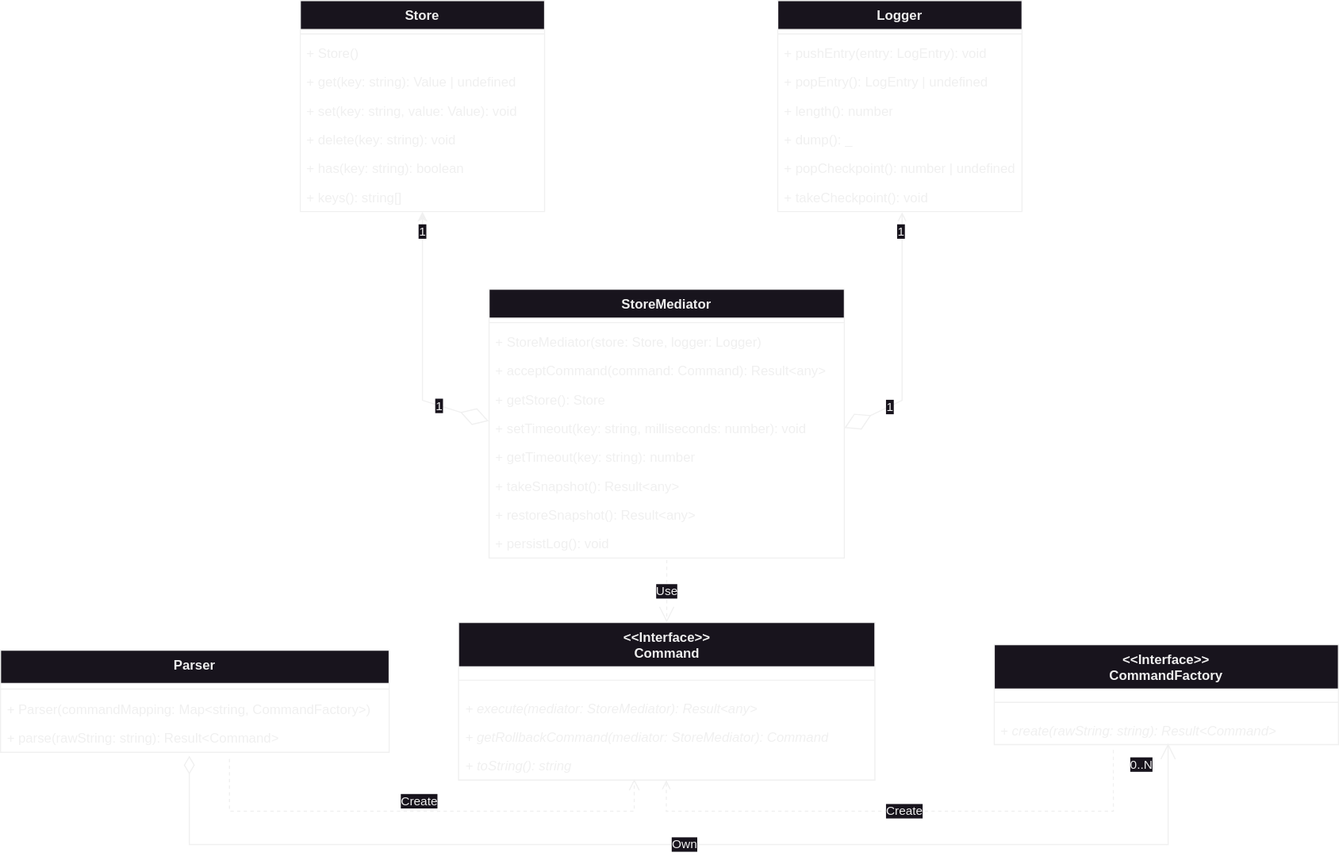
The draw.io diagram docs/class_diagram.svg in Huy-DNA/light-weight-redis, before a commit. Source tidied: cells renumbered, new cells last; positions are measured from the earlier drawing's top-left corner, leaving out a move shared by most shapes. Its diagram source:
```xml
<mxGraphModel>
  <root>
    <mxCell id="0" />
    <mxCell id="1" parent="0" />
    <mxCell id="2" value="Store" style="swimlane;fontStyle=1;align=center;verticalAlign=top;horizontal=1;startSize=26;whiteSpace=wrap;html=1;" parent="1" vertex="1">
      <mxGeometry x="270" width="220" height="190" as="geometry" />
    </mxCell>
    <mxCell id="3" style="line;strokeWidth=1;fillColor=none;align=left;verticalAlign=middle;spacingTop=-1;spacingLeft=3;spacingRight=3;labelPosition=right;strokeColor=inherit;" parent="2" vertex="1">
      <mxGeometry y="26" width="220" height="8" as="geometry" />
    </mxCell>
    <mxCell id="4" value="+ Store()" style="text;strokeColor=none;fillColor=none;align=left;verticalAlign=top;spacingLeft=4;spacingRight=4;overflow=hidden;whiteSpace=wrap;html=1;" parent="2" vertex="1">
      <mxGeometry y="34" width="220" height="26" as="geometry" />
    </mxCell>
    <mxCell id="5" value="+ get(key: string): Value | undefined" style="text;strokeColor=none;fillColor=none;align=left;verticalAlign=top;spacingLeft=4;spacingRight=4;overflow=hidden;whiteSpace=wrap;html=1;" parent="2" vertex="1">
      <mxGeometry y="60" width="220" height="26" as="geometry" />
    </mxCell>
    <mxCell id="6" value="+ set(key: string, value: Value): void" style="text;strokeColor=none;fillColor=none;align=left;verticalAlign=top;spacingLeft=4;spacingRight=4;overflow=hidden;whiteSpace=wrap;html=1;" parent="2" vertex="1">
      <mxGeometry y="86" width="220" height="26" as="geometry" />
    </mxCell>
    <mxCell id="7" value="+ delete(key: string): void" style="text;strokeColor=none;fillColor=none;align=left;verticalAlign=top;spacingLeft=4;spacingRight=4;overflow=hidden;whiteSpace=wrap;html=1;" parent="2" vertex="1">
      <mxGeometry y="112" width="220" height="26" as="geometry" />
    </mxCell>
    <mxCell id="8" value="+ has(key: string): boolean" style="text;strokeColor=none;fillColor=none;align=left;verticalAlign=top;spacingLeft=4;spacingRight=4;overflow=hidden;whiteSpace=wrap;html=1;" parent="2" vertex="1">
      <mxGeometry y="138" width="220" height="26" as="geometry" />
    </mxCell>
    <mxCell id="9" value="+ keys(): string[]" style="text;strokeColor=none;fillColor=none;align=left;verticalAlign=top;spacingLeft=4;spacingRight=4;overflow=hidden;points=[[0,0.5],[1,0.5]];portConstraint=eastwest;whiteSpace=wrap;html=1;" parent="2" vertex="1">
      <mxGeometry y="164" width="220" height="26" as="geometry" />
    </mxCell>
    <mxCell id="10" value="StoreMediator" style="swimlane;fontStyle=1;align=center;verticalAlign=top;horizontal=1;startSize=26;whiteSpace=wrap;html=1;" parent="1" vertex="1">
      <mxGeometry x="440" y="260" width="320" height="242" as="geometry" />
    </mxCell>
    <mxCell id="11" style="line;strokeWidth=1;fillColor=none;align=left;verticalAlign=middle;spacingTop=-1;spacingLeft=3;spacingRight=3;labelPosition=right;strokeColor=inherit;" parent="10" vertex="1">
      <mxGeometry y="26" width="320" height="8" as="geometry" />
    </mxCell>
    <mxCell id="12" value="+ StoreMediator(store: Store, logger: Logger)" style="text;strokeColor=none;fillColor=none;align=left;verticalAlign=top;spacingLeft=4;spacingRight=4;overflow=hidden;whiteSpace=wrap;html=1;" parent="10" vertex="1">
      <mxGeometry y="34" width="320" height="26" as="geometry" />
    </mxCell>
    <mxCell id="13" value="+ acceptCommand(command: Command): Result&amp;lt;any&amp;gt;" style="text;strokeColor=none;fillColor=none;align=left;verticalAlign=top;spacingLeft=4;spacingRight=4;overflow=hidden;whiteSpace=wrap;html=1;" parent="10" vertex="1">
      <mxGeometry y="60" width="320" height="26" as="geometry" />
    </mxCell>
    <mxCell id="14" value="+ getStore(): Store" style="text;strokeColor=none;fillColor=none;align=left;verticalAlign=top;spacingLeft=4;spacingRight=4;overflow=hidden;whiteSpace=wrap;html=1;" parent="10" vertex="1">
      <mxGeometry y="86" width="320" height="26" as="geometry" />
    </mxCell>
    <mxCell id="15" value="+ setTimeout(key: string, milliseconds: number): void" style="text;strokeColor=none;fillColor=none;align=left;verticalAlign=top;spacingLeft=4;spacingRight=4;overflow=hidden;points=[[0,0.5],[1,0.5]];portConstraint=eastwest;whiteSpace=wrap;html=1;" parent="10" vertex="1">
      <mxGeometry y="112" width="320" height="26" as="geometry" />
    </mxCell>
    <mxCell id="16" value="+ getTimeout(key: string): number" style="text;strokeColor=none;fillColor=none;align=left;verticalAlign=top;spacingLeft=4;spacingRight=4;overflow=hidden;whiteSpace=wrap;html=1;" parent="10" vertex="1">
      <mxGeometry y="138" width="320" height="26" as="geometry" />
    </mxCell>
    <mxCell id="17" value="+ takeSnapshot(): Result&amp;lt;any&amp;gt;" style="text;strokeColor=none;fillColor=none;align=left;verticalAlign=top;spacingLeft=4;spacingRight=4;overflow=hidden;whiteSpace=wrap;html=1;" parent="10" vertex="1">
      <mxGeometry y="164" width="320" height="26" as="geometry" />
    </mxCell>
    <mxCell id="18" value="+ restoreSnapshot(): Result&amp;lt;any&amp;gt;" style="text;strokeColor=none;fillColor=none;align=left;verticalAlign=top;spacingLeft=4;spacingRight=4;overflow=hidden;whiteSpace=wrap;html=1;" parent="10" vertex="1">
      <mxGeometry y="190" width="320" height="26" as="geometry" />
    </mxCell>
    <mxCell id="19" value="+ persistLog(): void" style="text;strokeColor=none;fillColor=none;align=left;verticalAlign=top;spacingLeft=4;spacingRight=4;overflow=hidden;points=[[0,0.5],[1,0.5]];portConstraint=eastwest;whiteSpace=wrap;html=1;" parent="10" vertex="1">
      <mxGeometry y="216" width="320" height="26" as="geometry" />
    </mxCell>
    <mxCell id="20" value="Logger" style="swimlane;fontStyle=1;align=center;verticalAlign=top;horizontal=1;startSize=26;whiteSpace=wrap;html=1;" parent="1" vertex="1">
      <mxGeometry x="700" width="220" height="190" as="geometry" />
    </mxCell>
    <mxCell id="21" style="line;strokeWidth=1;fillColor=none;align=left;verticalAlign=middle;spacingTop=-1;spacingLeft=3;spacingRight=3;labelPosition=right;strokeColor=inherit;" parent="20" vertex="1">
      <mxGeometry y="26" width="220" height="8" as="geometry" />
    </mxCell>
    <mxCell id="22" value="+ pushEntry(entry: LogEntry): void" style="text;strokeColor=none;fillColor=none;align=left;verticalAlign=top;spacingLeft=4;spacingRight=4;overflow=hidden;whiteSpace=wrap;html=1;" parent="20" vertex="1">
      <mxGeometry y="34" width="220" height="26" as="geometry" />
    </mxCell>
    <mxCell id="23" value="+ popEntry(): LogEntry | undefined" style="text;strokeColor=none;fillColor=none;align=left;verticalAlign=top;spacingLeft=4;spacingRight=4;overflow=hidden;whiteSpace=wrap;html=1;" parent="20" vertex="1">
      <mxGeometry y="60" width="220" height="26" as="geometry" />
    </mxCell>
    <mxCell id="24" value="+ length(): number" style="text;strokeColor=none;fillColor=none;align=left;verticalAlign=top;spacingLeft=4;spacingRight=4;overflow=hidden;whiteSpace=wrap;html=1;" parent="20" vertex="1">
      <mxGeometry y="86" width="220" height="26" as="geometry" />
    </mxCell>
    <mxCell id="25" value="+ dump(): _" style="text;strokeColor=none;fillColor=none;align=left;verticalAlign=top;spacingLeft=4;spacingRight=4;overflow=hidden;whiteSpace=wrap;html=1;" parent="20" vertex="1">
      <mxGeometry y="112" width="220" height="26" as="geometry" />
    </mxCell>
    <mxCell id="26" value="+ popCheckpoint(): number | undefined" style="text;strokeColor=none;fillColor=none;align=left;verticalAlign=top;spacingLeft=4;spacingRight=4;overflow=hidden;whiteSpace=wrap;html=1;" parent="20" vertex="1">
      <mxGeometry y="138" width="220" height="26" as="geometry" />
    </mxCell>
    <mxCell id="27" value="+ takeCheckpoint(): void" style="text;strokeColor=none;fillColor=none;align=left;verticalAlign=top;spacingLeft=4;spacingRight=4;overflow=hidden;points=[[0,0.5],[1,0.5]];portConstraint=eastwest;whiteSpace=wrap;html=1;" parent="20" vertex="1">
      <mxGeometry y="164" width="220" height="26" as="geometry" />
    </mxCell>
    <mxCell id="28" style="endArrow=diamondThin;endFill=0;endSize=24;html=1;rounded=0;entryX=-0.001;entryY=0.254;entryDx=0;entryDy=0;entryPerimeter=0;startArrow=classic;startFill=1;" parent="1" edge="1" source="9" target="15">
      <mxGeometry relative="1" as="geometry">
        <Array as="points">
          <mxPoint x="380" y="360" />
        </Array>
      </mxGeometry>
    </mxCell>
    <mxCell id="29" value="1" style="edgeLabel;html=1;align=center;verticalAlign=middle;" parent="28" vertex="1">
      <mxGeometry x="-0.85" relative="1" as="geometry" />
    </mxCell>
    <mxCell id="30" value="1" style="edgeLabel;html=1;align=center;verticalAlign=middle;" parent="28" vertex="1">
      <mxGeometry x="0.6" y="-1" relative="1" as="geometry">
        <mxPoint y="-1" as="offset" />
      </mxGeometry>
    </mxCell>
    <mxCell id="31" style="endArrow=diamondThin;endFill=0;endSize=24;html=1;rounded=0;entryX=1;entryY=0.5;entryDx=0;entryDy=0;exitX=0.509;exitY=1.023;exitDx=0;exitDy=0;exitPerimeter=0;startArrow=open;startFill=0;" parent="1" edge="1" source="27" target="15">
      <mxGeometry relative="1" as="geometry">
        <Array as="points">
          <mxPoint x="812" y="360" />
        </Array>
      </mxGeometry>
    </mxCell>
    <mxCell id="32" value="1" style="edgeLabel;html=1;align=center;verticalAlign=middle;" parent="31" vertex="1">
      <mxGeometry x="-0.85" y="-1" relative="1" as="geometry" />
    </mxCell>
    <mxCell id="33" value="1" style="edgeLabel;html=1;align=center;verticalAlign=middle;" parent="31" vertex="1">
      <mxGeometry x="0.61" relative="1" as="geometry" />
    </mxCell>
    <mxCell id="34" value="&amp;lt;&amp;lt;Interface&amp;gt;&amp;gt;&lt;br&gt;Command" style="swimlane;fontStyle=1;align=center;verticalAlign=top;horizontal=1;startSize=40;whiteSpace=wrap;html=1;" parent="1" vertex="1">
      <mxGeometry x="412.5" y="560" width="375" height="142" as="geometry" />
    </mxCell>
    <mxCell id="35" style="line;strokeWidth=1;fillColor=none;align=left;verticalAlign=middle;spacingTop=-1;spacingLeft=3;spacingRight=3;labelPosition=right;strokeColor=inherit;" parent="34" vertex="1">
      <mxGeometry y="40" width="375" height="24" as="geometry" />
    </mxCell>
    <mxCell id="36" value="&lt;i&gt;+ execute(mediator: StoreMediator): Result&amp;lt;any&amp;gt;&lt;/i&gt;" style="text;strokeColor=none;fillColor=none;align=left;verticalAlign=top;spacingLeft=4;spacingRight=4;overflow=hidden;whiteSpace=wrap;html=1;" parent="34" vertex="1">
      <mxGeometry y="64" width="375" height="26" as="geometry" />
    </mxCell>
    <mxCell id="37" value="&lt;i&gt;+ getRollbackCommand(mediator: StoreMediator): Command&lt;/i&gt;" style="text;strokeColor=none;fillColor=none;align=left;verticalAlign=top;spacingLeft=4;spacingRight=4;overflow=hidden;whiteSpace=wrap;html=1;" parent="34" vertex="1">
      <mxGeometry y="90" width="375" height="26" as="geometry" />
    </mxCell>
    <mxCell id="38" value="&lt;i&gt;+ toString(): string&lt;/i&gt;" style="text;strokeColor=none;fillColor=none;align=left;verticalAlign=top;spacingLeft=4;spacingRight=4;overflow=hidden;points=[[0,0.5],[1,0.5]];portConstraint=eastwest;whiteSpace=wrap;html=1;" parent="34" vertex="1">
      <mxGeometry y="116" width="375" height="26" as="geometry" />
    </mxCell>
    <mxCell id="39" value="Use" style="endArrow=open;endSize=12;dashed=1;html=1;rounded=0;exitX=0.5;exitY=1.067;exitDx=0;exitDy=0;exitPerimeter=0;entryX=0.5;entryY=0;entryDx=0;entryDy=0;" parent="1" edge="1" source="19" target="34">
      <mxGeometry relative="1" as="geometry" />
    </mxCell>
    <mxCell id="40" value="Create" style="edgeStyle=orthogonalEdgeStyle;rounded=0;jettySize=auto;html=1;exitX=0.346;exitY=1.186;exitDx=0;exitDy=0;entryX=0.499;entryY=1.002;entryDx=0;entryDy=0;entryPerimeter=0;dashed=1;endArrow=open;endFill=0;exitPerimeter=0;" parent="1" edge="1" source="43" target="38">
      <mxGeometry relative="1" as="geometry">
        <Array as="points">
          <mxPoint x="1002" y="730" />
          <mxPoint x="600" y="730" />
        </Array>
      </mxGeometry>
    </mxCell>
    <mxCell id="41" value="&amp;lt;&amp;lt;Interface&amp;gt;&amp;gt;&lt;br&gt;CommandFactory" style="swimlane;fontStyle=1;align=center;verticalAlign=top;horizontal=1;startSize=40;whiteSpace=wrap;html=1;" parent="1" vertex="1">
      <mxGeometry x="895" y="580" width="310" height="90" as="geometry" />
    </mxCell>
    <mxCell id="42" style="line;strokeWidth=1;fillColor=none;align=left;verticalAlign=middle;spacingTop=-1;spacingLeft=3;spacingRight=3;labelPosition=right;strokeColor=inherit;" parent="41" vertex="1">
      <mxGeometry y="40" width="310" height="24" as="geometry" />
    </mxCell>
    <mxCell id="43" value="&lt;i&gt;+ create(rawString: string): Result&amp;lt;Command&amp;gt;&lt;/i&gt;" style="text;strokeColor=none;fillColor=none;align=left;verticalAlign=top;spacingLeft=4;spacingRight=4;overflow=hidden;points=[[0,0.5],[1,0.5]];portConstraint=eastwest;whiteSpace=wrap;html=1;" parent="41" vertex="1">
      <mxGeometry y="64" width="310" height="26" as="geometry" />
    </mxCell>
    <mxCell id="44" value="Parser" style="swimlane;fontStyle=1;align=center;verticalAlign=top;horizontal=1;startSize=30;whiteSpace=wrap;html=1;" parent="1" vertex="1">
      <mxGeometry y="585" width="350" height="92" as="geometry" />
    </mxCell>
    <mxCell id="45" style="line;strokeWidth=1;fillColor=none;align=left;verticalAlign=middle;spacingTop=-1;spacingLeft=3;spacingRight=3;labelPosition=right;strokeColor=inherit;" parent="44" vertex="1">
      <mxGeometry y="30" width="350" height="10" as="geometry" />
    </mxCell>
    <mxCell id="46" value="&lt;i&gt;+ &lt;/i&gt;Parser(commandMapping: Map&amp;lt;string, CommandFactory&amp;gt;)" style="text;strokeColor=none;fillColor=none;align=left;verticalAlign=top;spacingLeft=4;spacingRight=4;overflow=hidden;whiteSpace=wrap;html=1;" parent="44" vertex="1">
      <mxGeometry y="40" width="350" height="26" as="geometry" />
    </mxCell>
    <mxCell id="47" value="&lt;i&gt;+ &lt;/i&gt;parse(rawString: string): Result&amp;lt;Command&amp;gt;" style="text;strokeColor=none;fillColor=none;align=left;verticalAlign=top;spacingLeft=4;spacingRight=4;overflow=hidden;points=[[0,0.5],[1,0.5]];portConstraint=eastwest;whiteSpace=wrap;html=1;" parent="44" vertex="1">
      <mxGeometry y="66" width="350" height="26" as="geometry" />
    </mxCell>
    <mxCell id="48" value="Own" style="endArrow=open;html=1;endSize=12;startArrow=diamondThin;startSize=14;startFill=0;edgeStyle=orthogonalEdgeStyle;rounded=0;entryX=0.505;entryY=0.961;entryDx=0;entryDy=0;entryPerimeter=0;" parent="1" edge="1" target="43">
      <mxGeometry relative="1" as="geometry">
        <mxPoint x="170" y="680" as="sourcePoint" />
        <Array as="points">
          <mxPoint x="170" y="760" />
          <mxPoint x="1052" y="760" />
        </Array>
      </mxGeometry>
    </mxCell>
    <mxCell id="49" value="0..N" style="edgeLabel;html=1;align=right;verticalAlign=top;" parent="48" vertex="1">
      <mxGeometry x="1" relative="1" as="geometry">
        <mxPoint x="-13" y="6" as="offset" />
      </mxGeometry>
    </mxCell>
    <mxCell id="50" value="Create" style="html=1;verticalAlign=bottom;endArrow=open;dashed=1;endSize=8;edgeStyle=elbowEdgeStyle;elbow=vertical;curved=0;rounded=0;entryX=0.422;entryY=0.964;entryDx=0;entryDy=0;entryPerimeter=0;exitX=0.589;exitY=1.225;exitDx=0;exitDy=0;exitPerimeter=0;" parent="1" edge="1" source="47" target="38">
      <mxGeometry x="-0.01" relative="1" as="geometry">
        <Array as="points">
          <mxPoint x="390" y="730" />
        </Array>
      </mxGeometry>
    </mxCell>
  </root>
</mxGraphModel>
```
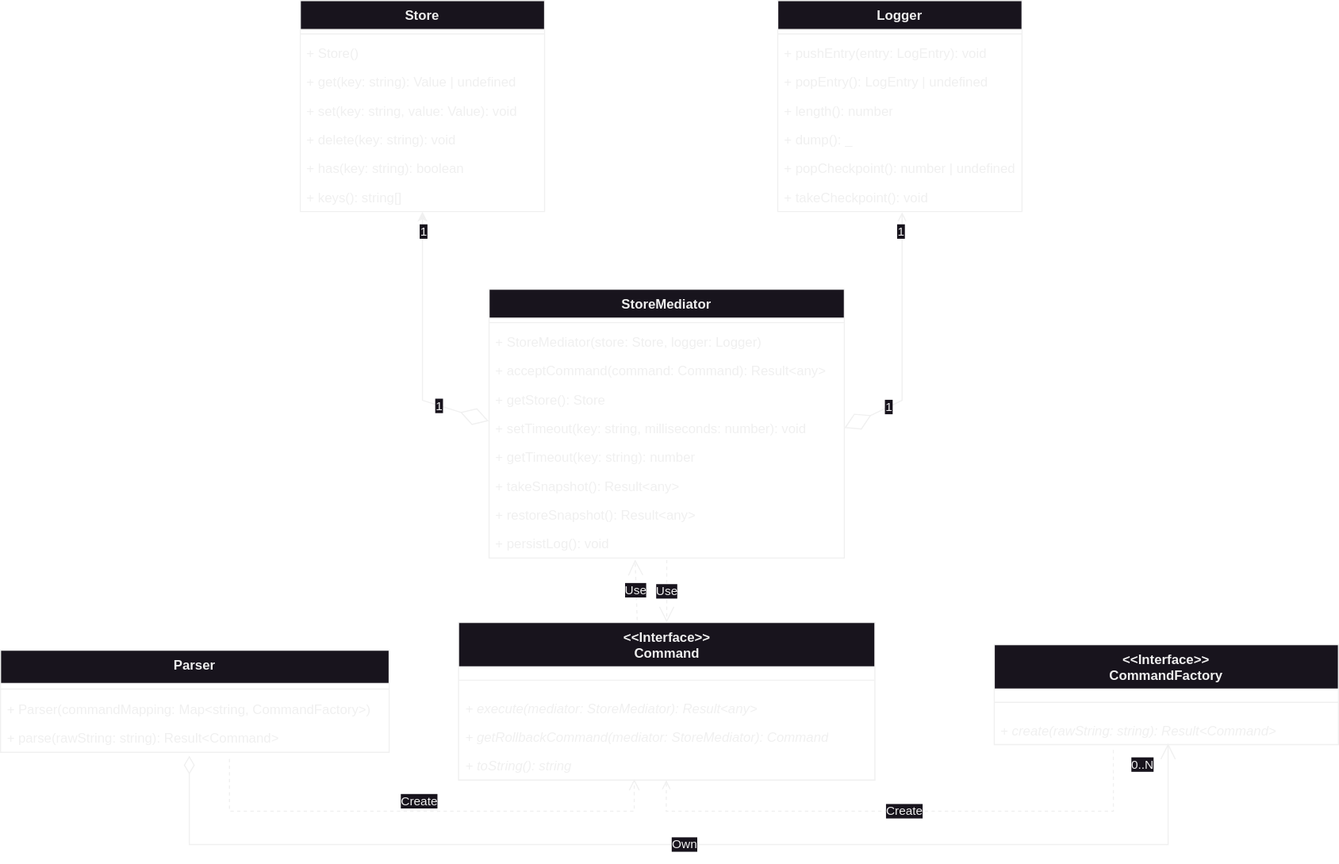
Later version of the same file.

Commit message:
docs: modify the class diagram

The edit, as a diff of the source:
```diff
@@ -176,5 +176,8 @@
         </Array>
       </mxGeometry>
     </mxCell>
+    <mxCell id="51" value="Use" style="endArrow=open;endSize=12;dashed=1;html=1;rounded=0;exitX=0.429;exitY=-0.015;exitDx=0;exitDy=0;exitPerimeter=0;entryX=0.411;entryY=1.054;entryDx=0;entryDy=0;entryPerimeter=0;" parent="1" edge="1" source="34" target="19">
+      <mxGeometry relative="1" as="geometry" />
+    </mxCell>
   </root>
 </mxGraphModel>
```
